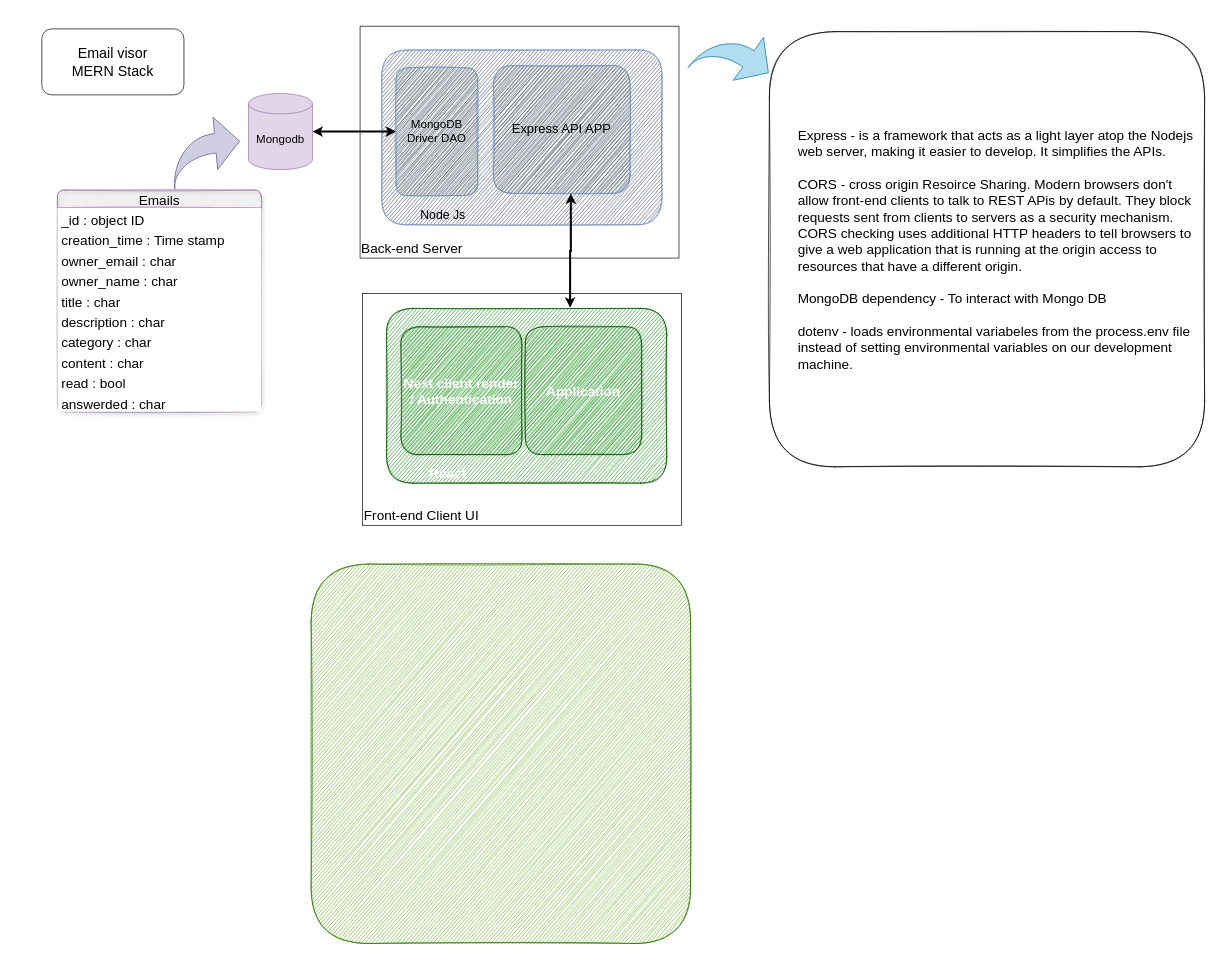
This is diagram.drawio from Vvan31/Email_visor, a draw.io file, before an edit. Source tidied: cells renumbered, new cells numbered last; positions are measured from the earlier drawing's top-left corner, leaving out a move shared by most shapes. Both pictures are drawn from the tidied source at 68%, with x=0, y=0 at pixel (41, 25).
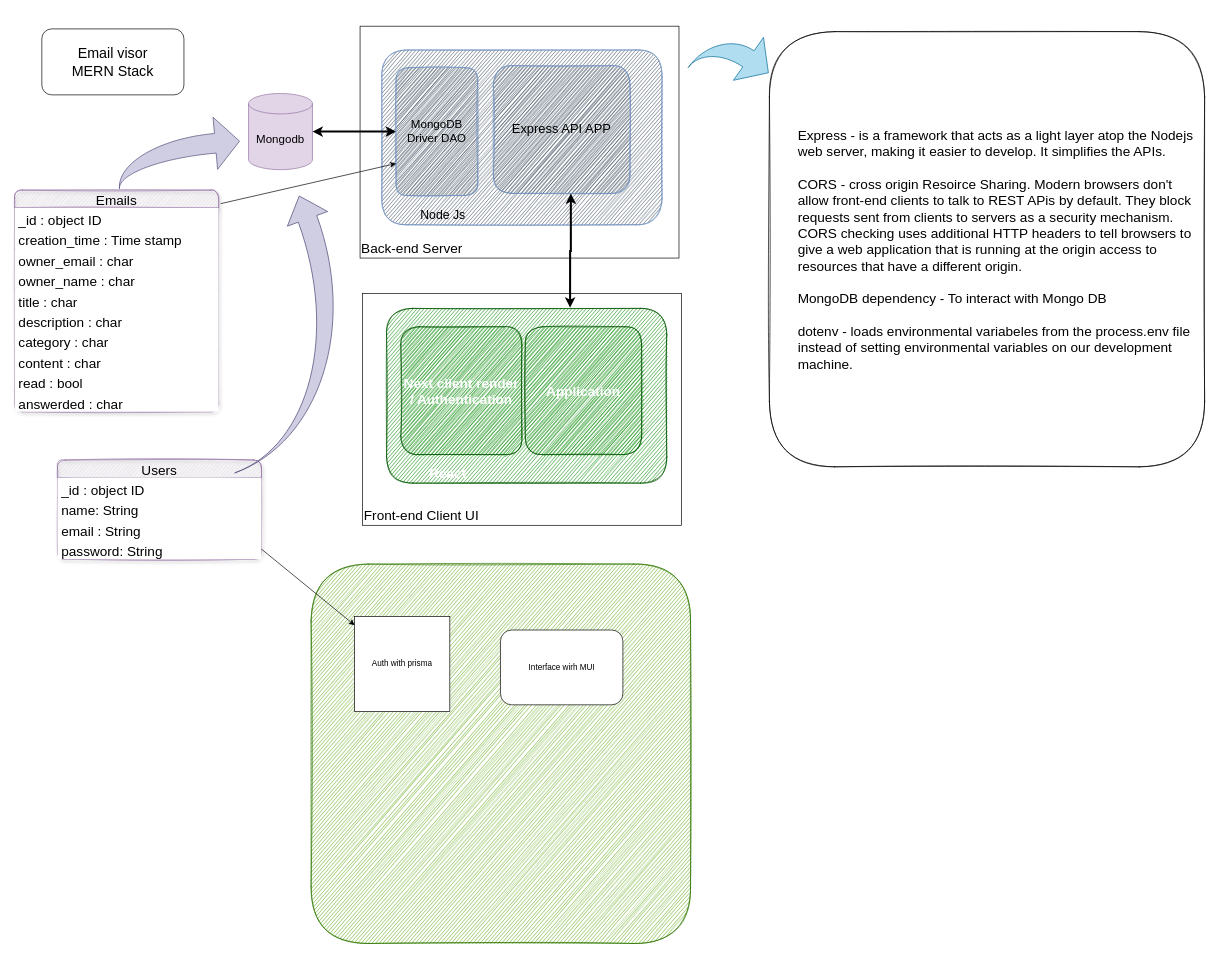
The same diagram, later.

Commit message (it also covers changes not shown here):
design and diagram update

The change refers to these unchanged cells:
```xml
<mxCell id="7" value="&lt;font style=&quot;font-size: 17px;&quot;&gt;MongoDB Driver DAO&lt;/font&gt;" style="rounded=1;whiteSpace=wrap;html=1;fillColor=#3d4a5c;strokeColor=#6c8ebf;sketch=1;shadow=0;" parent="1" vertex="1">
  <mxGeometry x="521" y="62" width="120" height="188" as="geometry" />
</mxCell>
<mxCell id="15" value="_id : object ID" style="text;spacingLeft=4;spacingRight=4;overflow=hidden;points=[[0,0.5],[1,0.5]];portConstraint=eastwest;fontSize=20;fillColor=default;" parent="14" vertex="1">
  <mxGeometry y="26" width="300" height="30" as="geometry" />
</mxCell>
```

The edit, as a diff of the source:
```diff
@@
     <mxCell id="14" value="Emails" style="swimlane;fontStyle=0;horizontal=1;startSize=26;align=center;fontSize=20;glass=0;shadow=1;fillColor=#e1d5e7;strokeColor=#9673a6;swimlaneLine=1;rounded=1;sketch=1;" parent="1" vertex="1">
-      <mxGeometry x="23" y="242" width="300" height="326" as="geometry" />
+      <mxGeometry x="-40" y="242" width="300" height="326" as="geometry" />
     </mxCell>
@@
     <mxCell id="25" style="html=1;shadow=0;dashed=0;align=center;verticalAlign=middle;shape=mxgraph.arrows2.jumpInArrow;dy=14.44;dx=35.76;arrowHead=77;glass=1;fontSize=20;fillColor=#d0cee2;rotation=-5;strokeColor=#56517e;" parent="1" vertex="1">
-      <mxGeometry x="191" y="136" width="101" height="100" as="geometry" />
+      <mxGeometry x="109.8" y="139.5" width="182" height="93" as="geometry" />
     </mxCell>
@@
+    <mxCell id="29" value="Auth with prisma" style="whiteSpace=wrap;html=1;" parent="1" vertex="1">
+      <mxGeometry x="460" y="869" width="140" height="140" as="geometry" />
+    </mxCell>
+    <mxCell id="30" value="Interface wirh MUI" style="rounded=1;whiteSpace=wrap;html=1;" parent="1" vertex="1">
+      <mxGeometry x="674.5" y="889" width="180" height="110" as="geometry" />
+    </mxCell>
+    <mxCell id="31" value="Users" style="swimlane;fontStyle=0;horizontal=1;startSize=26;align=center;fontSize=20;glass=0;shadow=1;fillColor=#e1d5e7;strokeColor=#9673a6;swimlaneLine=1;rounded=1;sketch=1;" parent="1" vertex="1">
+      <mxGeometry x="23" y="639" width="300" height="146" as="geometry" />
+    </mxCell>
+    <mxCell id="32" value="_id : object ID" style="text;spacingLeft=4;spacingRight=4;overflow=hidden;fontSize=20;fillColor=default;" parent="31" vertex="1">
+      <mxGeometry y="26" width="300" height="30" as="geometry" />
+    </mxCell>
+    <mxCell id="33" value="name: String" style="text;spacingLeft=4;spacingRight=4;overflow=hidden;fontSize=20;fillColor=default;" parent="31" vertex="1">
+      <mxGeometry y="56" width="300" height="30" as="geometry" />
+    </mxCell>
+    <mxCell id="34" value="email : String" style="text;spacingLeft=4;spacingRight=4;overflow=hidden;fontSize=20;fillColor=default;" parent="31" vertex="1">
+      <mxGeometry y="86" width="300" height="30" as="geometry" />
+    </mxCell>
+    <mxCell id="35" value="password: String" style="text;spacingLeft=4;spacingRight=4;overflow=hidden;points=[[0,0.5],[1,0.5]];portConstraint=eastwest;fontSize=20;fillColor=default;" parent="31" vertex="1">
+      <mxGeometry y="116" width="300" height="30" as="geometry" />
+    </mxCell>
+    <mxCell id="36" style="html=1;shadow=0;dashed=0;align=center;verticalAlign=middle;shape=mxgraph.arrows2.jumpInArrow;dy=14.44;dx=35.76;arrowHead=63.01;glass=1;fontSize=20;fillColor=#d0cee2;rotation=-110;strokeColor=#56517e;flipV=1;" parent="1" vertex="1">
+      <mxGeometry x="170.7" y="319" width="350.3" height="260" as="geometry" />
+    </mxCell>
+    <mxCell id="37" style="edgeStyle=none;html=1;entryX=0;entryY=0.75;entryDx=0;entryDy=0;exitX=1.01;exitY=-0.2;exitDx=0;exitDy=0;exitPerimeter=0;" parent="1" edge="1" source="15" target="7">
+      <mxGeometry relative="1" as="geometry" />
+    </mxCell>
+    <mxCell id="38" style="edgeStyle=none;html=1;exitX=1;exitY=0.5;exitDx=0;exitDy=0;" parent="1" edge="1" source="35" target="29">
+      <mxGeometry relative="1" as="geometry" />
+    </mxCell>
```
